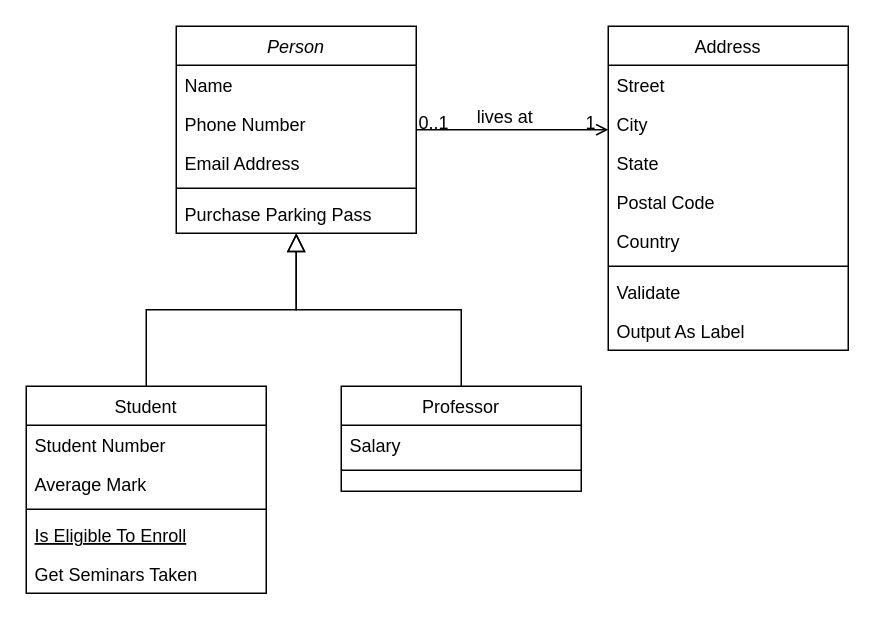
Above: Untitled Diagram.drawio in mrquaternion/SportLink (draw.io), before the change. Source tidied: cells renumbered, new cells numbered last; positions are measured from the earlier drawing's top-left corner, leaving out a move shared by most shapes. Both pictures are drawn from the tidied source at 150%, with x=0, y=0 at pixel (26, 26).
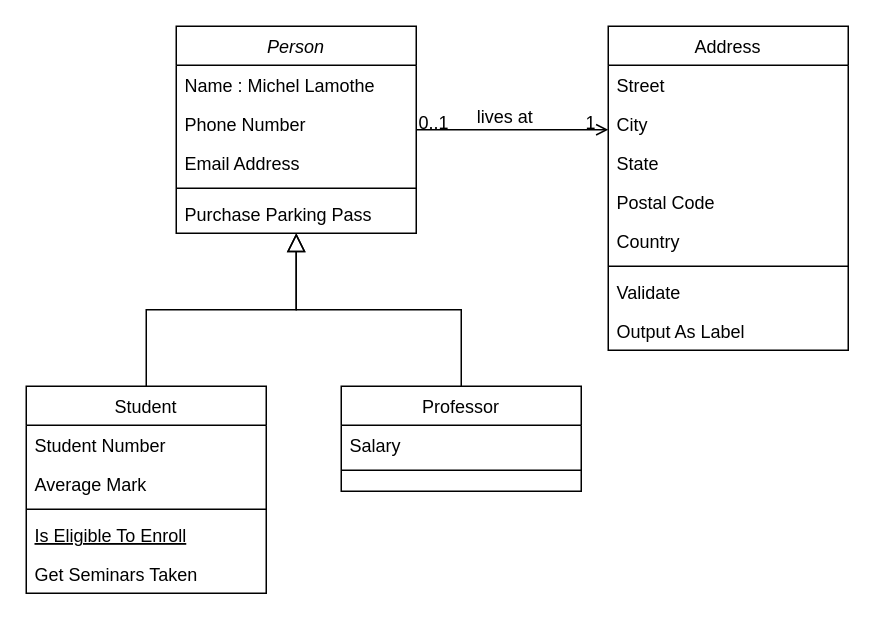
The same diagram, later.

Commit message:
Mettre à jour Untitled Diagram.drawio

The change refers to these unchanged cells:
```xml
<mxCell id="2" value="Person" style="swimlane;fontStyle=2;align=center;verticalAlign=top;horizontal=1;startSize=26;rounded=0;shadow=0;strokeWidth=1;" parent="1" vertex="1">
  <mxGeometry x="100" width="160" height="138" as="geometry" />
</mxCell>
```

Change to the diagram source:
```diff
@@
-    <mxCell id="3" value="Name" style="text;align=left;verticalAlign=top;spacingLeft=4;spacingRight=4;overflow=hidden;" parent="2" vertex="1">
+    <mxCell id="3" value="Name : Michel Lamothe&#10;" style="text;align=left;verticalAlign=top;spacingLeft=4;spacingRight=4;overflow=hidden;" parent="2" vertex="1">
       <mxGeometry y="26" width="160" height="26" as="geometry" />
     </mxCell>
```
